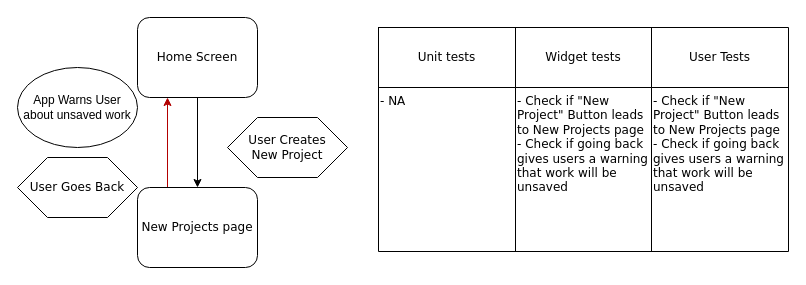
theshaydays/whistle keeps this draw.io diagram as page "Home Screen -> New Projects" (5 of 13) of User flow.drawio. Above is the earlier version. Source tidied: cells renumbered, new cells numbered last; positions are measured from the earlier drawing's top-left corner, leaving out a move shared by most shapes. Both pictures are drawn from the tidied source at 100%, with x=0, y=0 at pixel (17, 17).
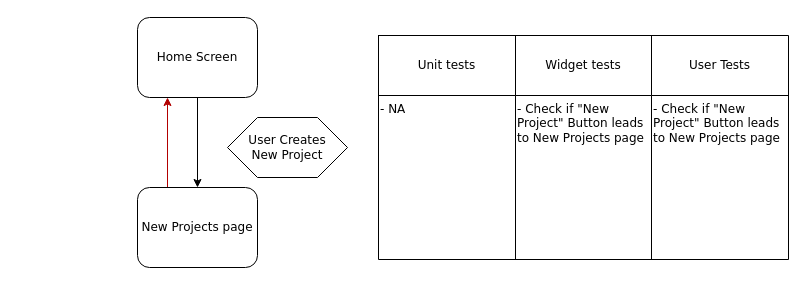
The same diagram, later.

Change to the diagram source:
```diff
@@
 <mxGraphModel>
   <root>
     <mxCell id="0" />
     <mxCell id="1" parent="0" />
     <mxCell id="2" style="edgeStyle=orthogonalEdgeStyle;rounded=0;jettySize=auto;html=1;entryX=0.5;entryY=0;entryDx=0;entryDy=0;" parent="1" edge="1" source="3" target="6">
       <mxGeometry relative="1" as="geometry" />
     </mxCell>
     <mxCell id="3" value="Home Screen" style="rounded=1;whiteSpace=wrap;html=1;shadow=0;labelBackgroundColor=none;strokeWidth=1;fontFamily=Verdana;fontSize=12;align=center;" parent="1" vertex="1">
       <mxGeometry x="120" width="120" height="80" as="geometry" />
     </mxCell>
     <mxCell id="4" value="&lt;div&gt;User Creates &lt;br&gt;&lt;/div&gt;&lt;div&gt;New Project&lt;br&gt;&lt;/div&gt;" style="shape=hexagon;perimeter=hexagonPerimeter;whiteSpace=wrap;html=1;rounded=0;shadow=0;labelBackgroundColor=none;strokeWidth=1;fontFamily=Verdana;fontSize=12;align=center;" parent="1" vertex="1">
       <mxGeometry x="210" y="100" width="120" height="60" as="geometry" />
     </mxCell>
     <mxCell id="5" style="edgeStyle=orthogonalEdgeStyle;rounded=0;jettySize=auto;html=1;exitX=0.25;exitY=0;exitDx=0;exitDy=0;entryX=0.25;entryY=1;entryDx=0;entryDy=0;fontSize=15;fillColor=#e51400;strokeColor=#B20000;" parent="1" edge="1" source="6" target="3">
       <mxGeometry relative="1" as="geometry" />
     </mxCell>
     <mxCell id="6" value="New Projects page" style="rounded=1;whiteSpace=wrap;html=1;shadow=0;labelBackgroundColor=none;strokeWidth=1;fontFamily=Verdana;fontSize=12;align=center;" parent="1" vertex="1">
       <mxGeometry x="120" y="170" width="120" height="80" as="geometry" />
     </mxCell>
-    <mxCell id="7" value="User Goes Back" style="shape=hexagon;perimeter=hexagonPerimeter;whiteSpace=wrap;html=1;rounded=0;shadow=0;labelBackgroundColor=none;strokeWidth=1;fontFamily=Verdana;fontSize=12;align=center;" parent="1" vertex="1">
-      <mxGeometry y="140" width="120" height="60" as="geometry" />
-    </mxCell>
-    <mxCell id="8" value="App Warns User about unsaved work" style="ellipse;whiteSpace=wrap;html=1;" parent="1" vertex="1">
-      <mxGeometry y="50" width="120" height="80" as="geometry" />
-    </mxCell>
     <mxCell id="9" style="shape=table;startSize=0;childLayout=tableLayout;fontFamily=Verdana;fontSize=12;" parent="1" vertex="1">
-      <mxGeometry x="361" y="10" width="410" height="224" as="geometry" />
+      <mxGeometry x="361" y="18" width="410" height="224" as="geometry" />
     </mxCell>
     <mxCell id="10" style="shape=tableRow;horizontal=0;startSize=0;swimlaneHead=0;swimlaneBody=0;top=0;left=0;bottom=0;right=0;fillColor=none;fontFamily=Verdana;fontSize=12;" parent="9" vertex="1">
       <mxGeometry width="410" height="60" as="geometry" />
     </mxCell>
     <mxCell id="11" value="Unit tests" style="shape=partialRectangle;html=1;whiteSpace=wrap;overflow=hidden;fillColor=none;top=0;left=0;bottom=0;right=0;fontFamily=Verdana;fontSize=12;" parent="10" vertex="1">
       <mxGeometry width="137" height="60" as="geometry" />
     </mxCell>
     <mxCell id="12" value="Widget tests" style="shape=partialRectangle;html=1;whiteSpace=wrap;overflow=hidden;fillColor=none;top=0;left=0;bottom=0;right=0;fontFamily=Verdana;fontSize=12;" parent="10" vertex="1">
       <mxGeometry x="137" width="136" height="60" as="geometry" />
     </mxCell>
     <mxCell id="13" value="User Tests" style="shape=partialRectangle;html=1;whiteSpace=wrap;overflow=hidden;fillColor=none;top=0;left=0;bottom=0;right=0;fontFamily=Verdana;fontSize=12;" parent="10" vertex="1">
       <mxGeometry x="273" width="137" height="60" as="geometry" />
     </mxCell>
     <mxCell id="14" style="shape=tableRow;horizontal=0;startSize=0;swimlaneHead=0;swimlaneBody=0;top=0;left=0;bottom=0;right=0;fillColor=none;fontFamily=Verdana;fontSize=12;align=left;verticalAlign=top;" parent="9" vertex="1">
       <mxGeometry y="60" width="410" height="164" as="geometry" />
     </mxCell>
     <mxCell id="15" value="- NA" style="shape=partialRectangle;html=1;whiteSpace=wrap;overflow=hidden;fillColor=none;top=0;left=0;bottom=0;right=0;fontFamily=Verdana;fontSize=12;align=left;verticalAlign=top;" parent="14" vertex="1">
       <mxGeometry width="137" height="164" as="geometry" />
     </mxCell>
-    <mxCell id="16" value="&lt;div&gt;- Check if &quot;New Project&quot; Button leads to New Projects page&lt;/div&gt;&lt;div&gt;- Check if going back gives users a warning that work will be unsaved&lt;br&gt;&lt;/div&gt;" style="shape=partialRectangle;html=1;whiteSpace=wrap;overflow=hidden;fillColor=none;top=0;left=0;bottom=0;right=0;fontFamily=Verdana;fontSize=12;align=left;verticalAlign=top;" parent="14" vertex="1">
+    <mxCell id="16" value="&lt;div&gt;- Check if &quot;New Project&quot; Button leads to New Projects page&lt;/div&gt;&lt;div&gt;&lt;br&gt;&lt;/div&gt;" style="shape=partialRectangle;html=1;whiteSpace=wrap;overflow=hidden;fillColor=none;top=0;left=0;bottom=0;right=0;fontFamily=Verdana;fontSize=12;align=left;verticalAlign=top;" parent="14" vertex="1">
       <mxGeometry x="137" width="136" height="164" as="geometry" />
     </mxCell>
-    <mxCell id="17" value="&lt;div&gt;- Check if &quot;New Project&quot; Button leads to New Projects page&lt;/div&gt;&lt;div&gt;- Check if going back gives users a warning that work will be unsaved&lt;br&gt;&lt;/div&gt;" style="shape=partialRectangle;html=1;whiteSpace=wrap;overflow=hidden;fillColor=none;top=0;left=0;bottom=0;right=0;fontFamily=Verdana;fontSize=12;align=left;verticalAlign=top;" parent="14" vertex="1">
+    <mxCell id="17" value="&lt;div&gt;- Check if &quot;New Project&quot; Button leads to New Projects page&lt;/div&gt;&lt;div&gt;&lt;br&gt;&lt;/div&gt;" style="shape=partialRectangle;html=1;whiteSpace=wrap;overflow=hidden;fillColor=none;top=0;left=0;bottom=0;right=0;fontFamily=Verdana;fontSize=12;align=left;verticalAlign=top;" parent="14" vertex="1">
       <mxGeometry x="273" width="137" height="164" as="geometry" />
     </mxCell>
   </root>
 </mxGraphModel>
```
